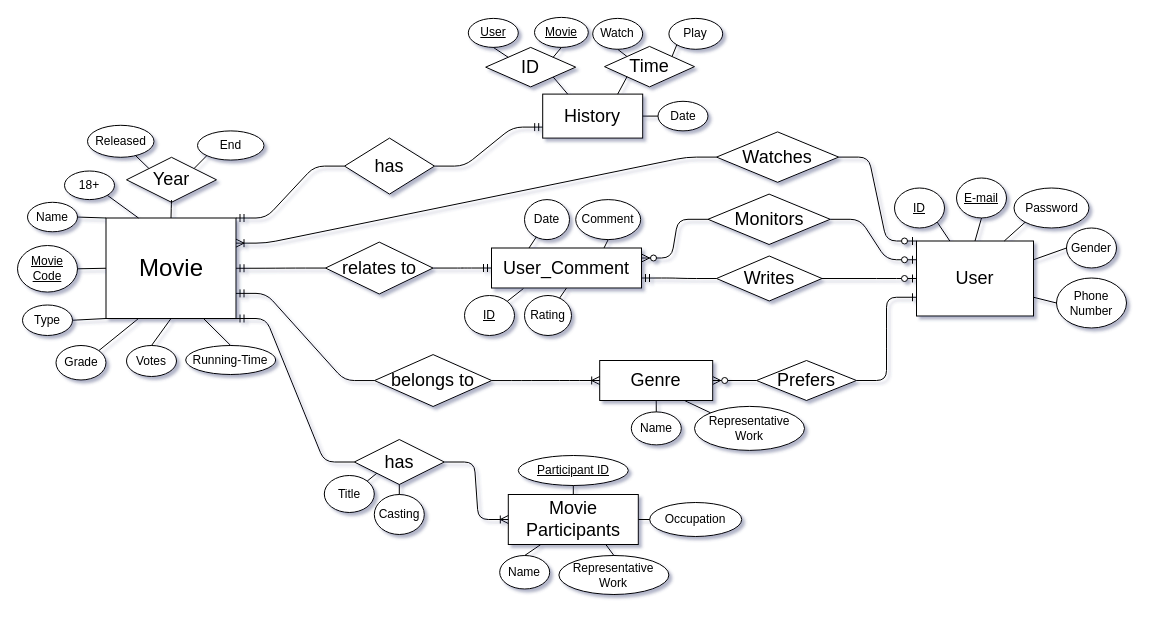
Earlier version of the draw.io diagram page "Crow_Foot" (2 of 2) of Assignment1_ER_Modeling/Movie.drawio (hjpark83/DBMS). Source tidied: cells renumbered, new cells numbered last; positions are measured from the earlier drawing's top-left corner, leaving out a move shared by most shapes. Both pictures are drawn from the tidied source at 100%, with x=0, y=0 at pixel (17, 17).
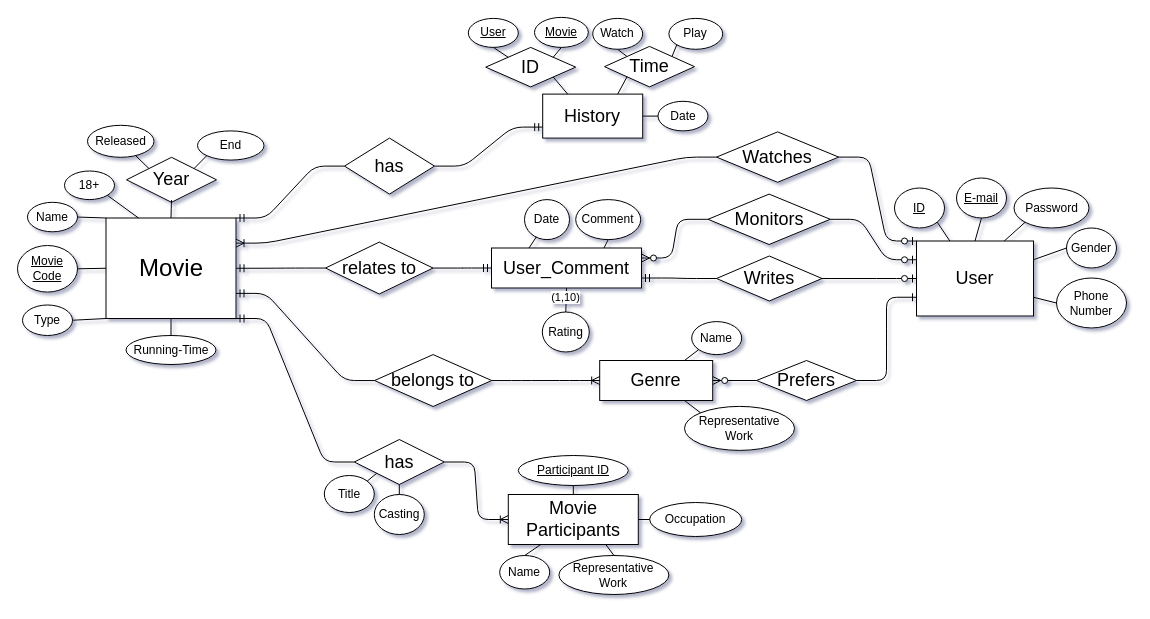
Above is the later version.

Unchanged cells that the change refers to:
```xml
<mxCell id="15" value="&lt;font style=&quot;font-size: 18px;&quot;&gt;User_Comment&lt;/font&gt;" style="whiteSpace=wrap;html=1;align=center;rounded=0;" parent="1" vertex="1">
  <mxGeometry x="474" y="230.5" width="150" height="40" as="geometry" />
</mxCell>
<mxCell id="21" style="endArrow=none;html=1;rounded=1;exitX=0.5;exitY=1;exitDx=0;exitDy=0;" parent="1" edge="1" source="15" target="16">
  <mxGeometry relative="1" as="geometry" />
</mxCell>
<mxCell id="41" value="&lt;font style=&quot;font-size: 18px;&quot;&gt;Genre&lt;/font&gt;" style="whiteSpace=wrap;html=1;align=center;rounded=0;" parent="1" vertex="1">
  <mxGeometry x="582.2" y="343" width="113" height="40" as="geometry" />
</mxCell>
<mxCell id="70" value="&lt;font style=&quot;font-size: 24px;&quot;&gt;Movie&lt;/font&gt;" style="whiteSpace=wrap;html=1;align=center;rounded=0;" parent="1" vertex="1">
  <mxGeometry x="88.5" y="200.5" width="130" height="100.5" as="geometry" />
</mxCell>
```

The edit, as a diff of the source:
```diff
@@
     <mxCell id="16" value="Rating" style="ellipse;whiteSpace=wrap;html=1;align=center;rounded=1;" parent="1" vertex="1">
-      <mxGeometry x="507" y="278" width="47" height="40" as="geometry" />
+      <mxGeometry x="524.8" y="294.5" width="47" height="40" as="geometry" />
     </mxCell>
-    <mxCell id="17" value="&lt;u&gt;ID&lt;/u&gt;" style="ellipse;whiteSpace=wrap;html=1;align=center;rounded=1;" parent="1" vertex="1">
-      <mxGeometry x="447" y="278" width="50" height="40" as="geometry" />
-    </mxCell>
@@
-    <mxCell id="20" style="endArrow=none;html=1;rounded=1;entryX=1;entryY=0;entryDx=0;entryDy=0;exitX=0.213;exitY=1.013;exitDx=0;exitDy=0;exitPerimeter=0;" parent="1" edge="1" source="15" target="17">
-      <mxGeometry relative="1" as="geometry" />
-    </mxCell>
@@
+    <mxCell id="100" value="(1,10)" style="edgeLabel;html=1;align=center;verticalAlign=middle;" parent="21" vertex="1">
+      <mxGeometry x="-0.27" y="-1" relative="1" as="geometry" />
+    </mxCell>
@@
     <mxCell id="44" value="Name" style="ellipse;whiteSpace=wrap;html=1;align=center;rounded=1;" parent="1" vertex="1">
-      <mxGeometry x="613.8" y="394.4" width="50" height="33" as="geometry" />
+      <mxGeometry x="674.2" y="304.1" width="50" height="33" as="geometry" />
     </mxCell>
@@
-    <mxCell id="47" style="endArrow=none;html=1;rounded=1;entryX=0.5;entryY=1;entryDx=0;entryDy=0;exitX=0.5;exitY=0;exitDx=0;exitDy=0;" parent="1" edge="1" source="44" target="41">
+    <mxCell id="47" style="endArrow=none;html=1;rounded=1;entryX=0.75;entryY=0;entryDx=0;entryDy=0;exitX=0;exitY=1;exitDx=0;exitDy=0;" parent="1" edge="1" source="44" target="41">
       <mxGeometry relative="1" as="geometry" />
     </mxCell>
@@
     <mxCell id="61" value="Representative&lt;br&gt;Work" style="ellipse;whiteSpace=wrap;html=1;align=center;rounded=1;" parent="1" vertex="1">
-      <mxGeometry x="677" y="388.9" width="110" height="44" as="geometry" />
+      <mxGeometry x="667" y="388.9" width="110" height="44" as="geometry" />
     </mxCell>
@@
     <mxCell id="67" value="Running-Time" style="ellipse;whiteSpace=wrap;html=1;align=center;rounded=1;" parent="1" vertex="1">
-      <mxGeometry x="168.2" y="328" width="90" height="29" as="geometry" />
+      <mxGeometry x="108.5" y="318" width="90" height="29" as="geometry" />
     </mxCell>
@@
-    <mxCell id="75" style="endArrow=none;html=1;rounded=1;entryX=0.5;entryY=0;entryDx=0;entryDy=0;exitX=0.75;exitY=1;exitDx=0;exitDy=0;" parent="1" edge="1" source="70" target="67">
+    <mxCell id="75" style="endArrow=none;html=1;rounded=1;entryX=0.5;entryY=0;entryDx=0;entryDy=0;exitX=0.5;exitY=1;exitDx=0;exitDy=0;" parent="1" edge="1" source="70" target="67">
       <mxGeometry relative="1" as="geometry" />
     </mxCell>
@@
-    <mxCell id="82" value="Grade" style="ellipse;whiteSpace=wrap;html=1;align=center;rounded=1;" parent="1" vertex="1">
-      <mxGeometry x="38.5" y="328" width="50" height="34.5" as="geometry" />
-    </mxCell>
-    <mxCell id="83" value="Votes" style="ellipse;whiteSpace=wrap;html=1;align=center;rounded=1;" parent="1" vertex="1">
-      <mxGeometry x="109" y="328" width="50" height="31" as="geometry" />
-    </mxCell>
-    <mxCell id="84" style="endArrow=none;html=1;rounded=1;entryX=1;entryY=0;entryDx=0;entryDy=0;exitX=0.25;exitY=1;exitDx=0;exitDy=0;" parent="1" edge="1" source="70" target="82">
-      <mxGeometry relative="1" as="geometry" />
-    </mxCell>
-    <mxCell id="85" style="endArrow=none;html=1;rounded=1;entryX=0.5;entryY=0;entryDx=0;entryDy=0;exitX=0.5;exitY=1;exitDx=0;exitDy=0;" parent="1" edge="1" source="70" target="83">
-      <mxGeometry relative="1" as="geometry" />
-    </mxCell>
```
